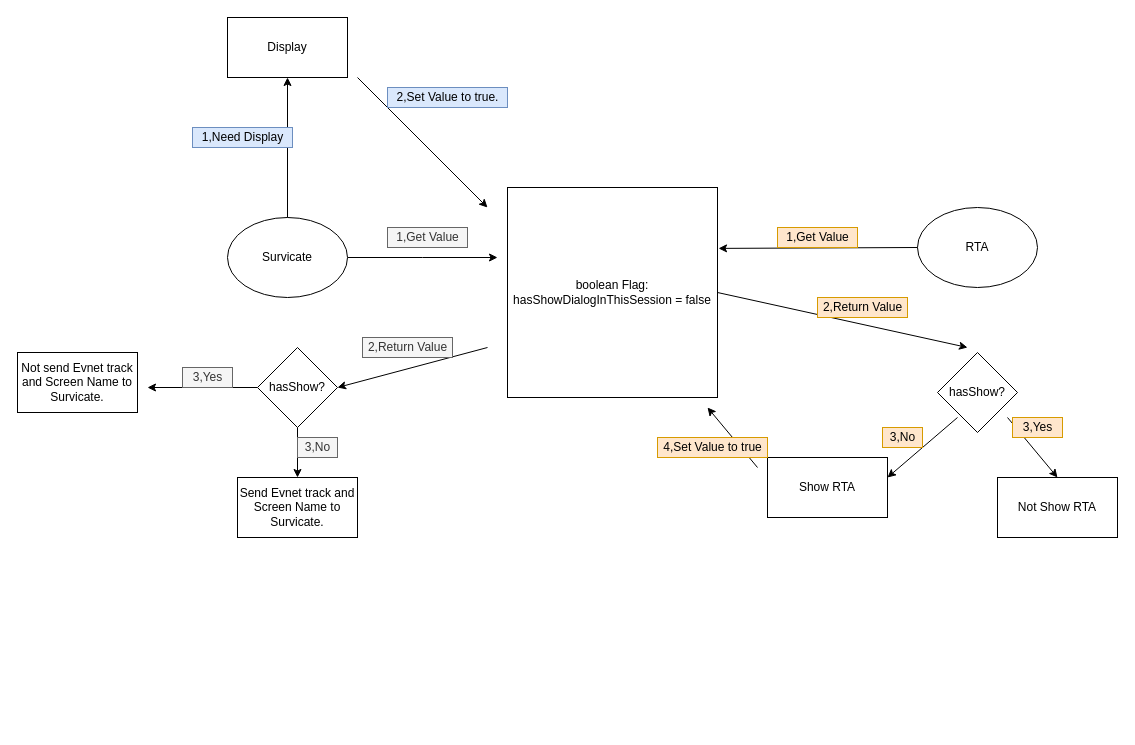
gitdy/Draw_IO keeps this draw.io diagram as RTA-survicate-popup-conflicts.drawio. Above is the earlier version. Source tidied: cells renumbered, new cells numbered last; positions are measured from the earlier drawing's top-left corner, leaving out a move shared by most shapes. Both pictures are drawn from the tidied source at 100%, with x=0, y=0 at pixel (17, 17).
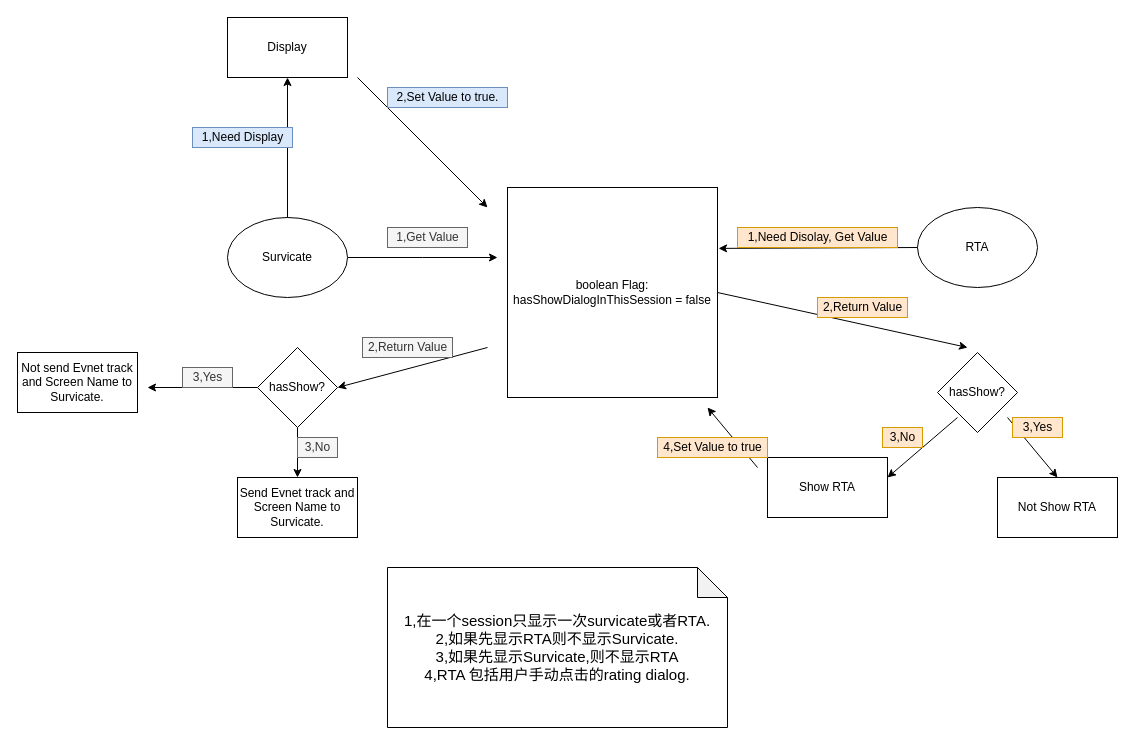
The same page after the edit.

Diff of the diagram source:
```diff
@@
-    <mxCell id="22" value="1,Get Value" style="text;html=1;align=center;verticalAlign=middle;strokeColor=#d79b00;fillColor=#ffe6cc;" parent="1" vertex="1">
-      <mxGeometry x="760" y="210" width="80" height="20" as="geometry" />
+    <mxCell id="22" value="1,Need Disolay, Get Value" style="text;html=1;align=center;verticalAlign=middle;strokeColor=#d79b00;fillColor=#ffe6cc;" parent="1" vertex="1">
+      <mxGeometry x="720" y="210" width="160" height="20" as="geometry" />
     </mxCell>
@@
+    <mxCell id="34" value="&lt;font style=&quot;font-size: 15px&quot;&gt;1,在一个session只显示一次survicate或者RTA.&lt;br&gt;2,如果先显示RTA则不显示Survicate.&lt;br&gt;3,如果先显示Survicate,则不显示RTA&lt;br&gt;4,RTA 包括用户手动点击的rating dialog.&lt;/font&gt;" style="shape=note;whiteSpace=wrap;html=1;backgroundOutline=1;darkOpacity=0.05;" parent="1" vertex="1">
+      <mxGeometry x="370" y="550" width="340" height="160" as="geometry" />
+    </mxCell>
```
